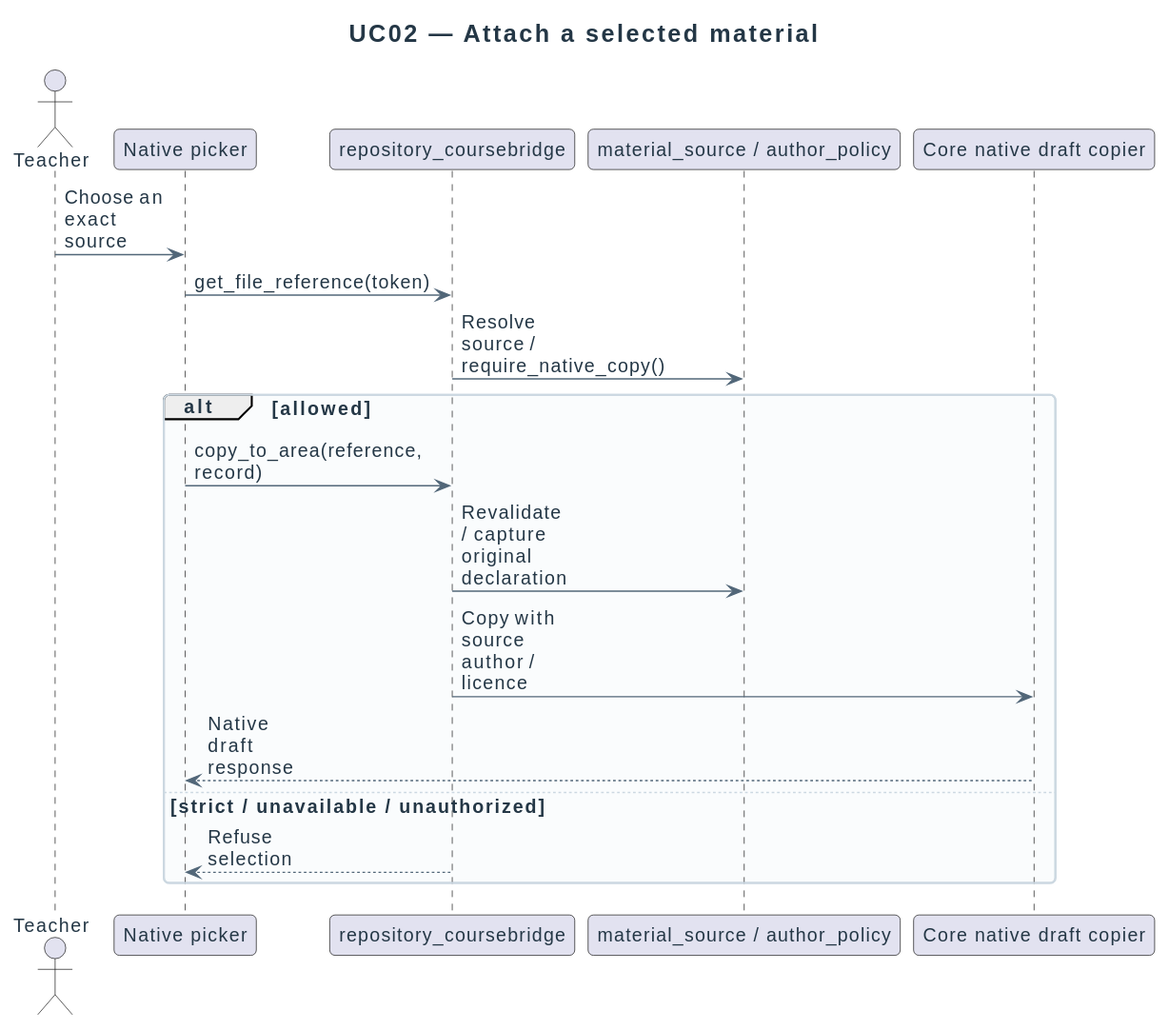
The PlantUML diagram docs/diagrams/design/sequences/uc02-attach-material.svg in didactika/moodle-local_coursefiles, before a commit. Source of this version:
```plantuml
@startuml
!include ../../_style.puml
title UC02 — Attach a selected material
actor Teacher
participant "Native picker" as Picker
participant repository_coursebridge as Repository
participant "material_source / author_policy" as Policy
participant "Core native draft copier" as Draft
Teacher -> Picker : Choose an exact source
Picker -> Repository : get_file_reference(token)
Repository -> Policy : Resolve source / require_native_copy()
alt allowed
  Picker -> Repository : copy_to_area(reference, record)
  Repository -> Policy : Revalidate / capture original declaration
  Repository -> Draft : Copy with source author / licence
  Draft --> Picker : Native draft response
else strict / unavailable / unauthorized
  Repository --> Picker : Refuse selection
end
@enduml
```
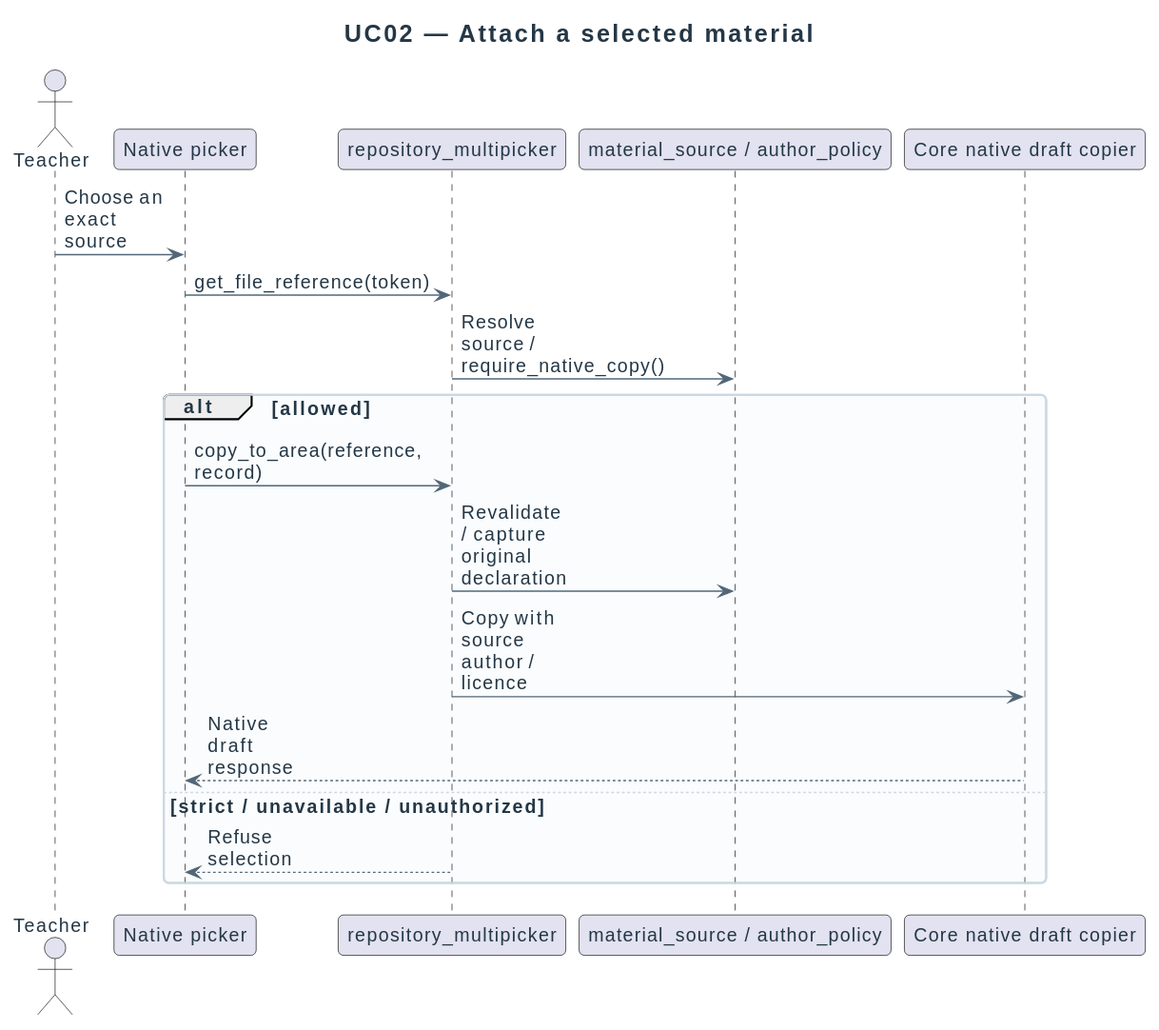
After the change.

What changed in the source:
```diff
@@ -3,7 +3,7 @@
 title UC02 — Attach a selected material
 actor Teacher
 participant "Native picker" as Picker
-participant repository_coursebridge as Repository
+participant repository_multipicker as Repository
 participant "material_source / author_policy" as Policy
 participant "Core native draft copier" as Draft
 Teacher -> Picker : Choose an exact source
```
